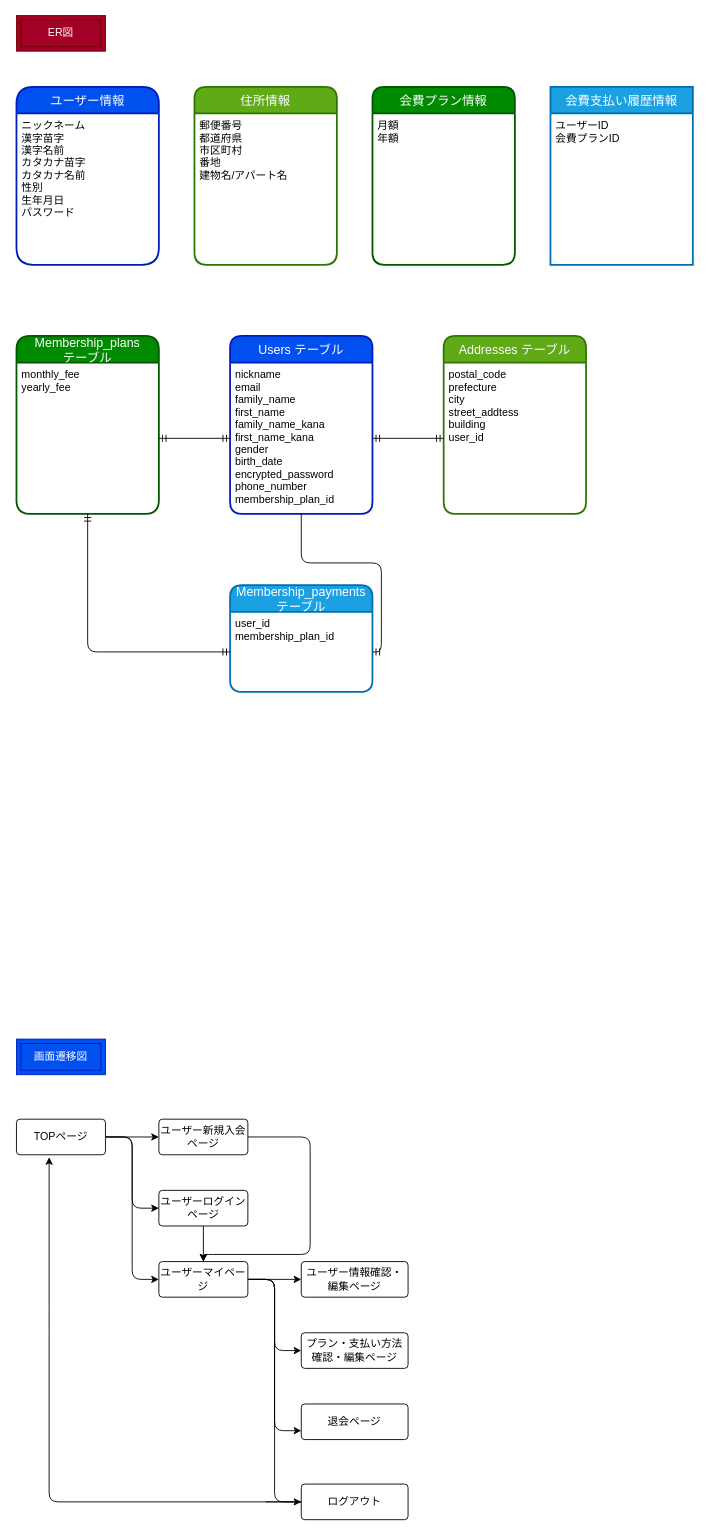
Above: er.dio in ta-design2021/fanclub (draw.io), before the change. Source tidied: cells renumbered, new cells numbered last; positions are measured from the earlier drawing's top-left corner, leaving out a move shared by most shapes. Both pictures are drawn from the tidied source at 89%, with x=0, y=0 at pixel (16, 15).
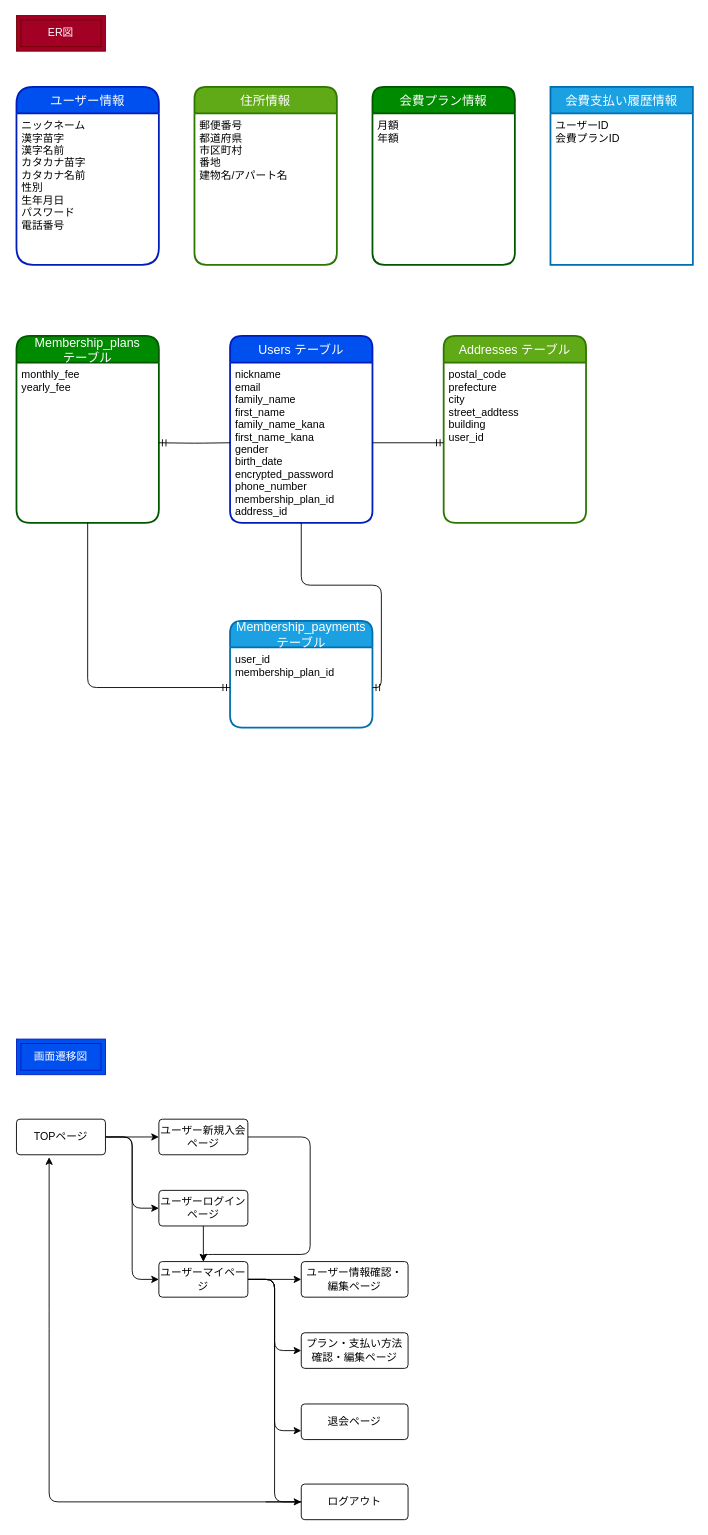
After the change.

The change refers to these unchanged cells:
```xml
<mxCell id="4" value="ユーザー情報" style="swimlane;horizontal=1;startSize=30;rounded=1;fontSize=14;fontStyle=0;strokeWidth=2;shadow=0;dashed=0;align=center;fillColor=#0050ef;fontColor=#ffffff;strokeColor=#001DBC;arcSize=21;" parent="1" vertex="1">
  <mxGeometry y="80" width="160" height="200" as="geometry" />
</mxCell>
<mxCell id="17" value="user_id&#10;membership_plan_id" style="align=left;strokeColor=none;fillColor=none;spacingLeft=4;fontSize=12;verticalAlign=top;" parent="16" vertex="1">
  <mxGeometry y="30" width="160" height="90" as="geometry" />
</mxCell>
```

Diff of the diagram source:
```diff
@@
-    <mxCell id="5" value="ニックネーム&#10;漢字苗字&#10;漢字名前&#10;カタカナ苗字&#10;カタカナ名前&#10;性別&#10;生年月日&#10;パスワード&#10;" style="align=left;strokeColor=none;fillColor=none;spacingLeft=4;fontSize=12;verticalAlign=top;" parent="4" vertex="1">
+    <mxCell id="5" value="ニックネーム&#10;漢字苗字&#10;漢字名前&#10;カタカナ苗字&#10;カタカナ名前&#10;性別&#10;生年月日&#10;パスワード&#10;電話番号&#10;" style="align=left;strokeColor=none;fillColor=none;spacingLeft=4;fontSize=12;verticalAlign=top;" parent="4" vertex="1">
       <mxGeometry y="30" width="160" height="170" as="geometry" />
     </mxCell>
@@
     <mxCell id="10" value="Users テーブル" style="swimlane;horizontal=1;startSize=30;rounded=1;fontSize=14;fontStyle=0;strokeWidth=2;shadow=0;dashed=0;align=center;fillColor=#0050ef;fontColor=#ffffff;strokeColor=#001DBC;" parent="1" vertex="1">
-      <mxGeometry x="240" y="360" width="160" height="200" as="geometry" />
+      <mxGeometry x="240" y="360" width="160" height="210" as="geometry" />
     </mxCell>
-    <mxCell id="11" value="nickname&#10;email&#10;family_name&#10;first_name&#10;family_name_kana&#10;first_name_kana&#10;gender&#10;birth_date&#10;encrypted_password&#10;phone_number&#10;membership_plan_id" style="align=left;strokeColor=none;fillColor=none;spacingLeft=4;fontSize=12;verticalAlign=top;" parent="10" vertex="1">
-      <mxGeometry y="30" width="160" height="170" as="geometry" />
+    <mxCell id="11" value="nickname&#10;email&#10;family_name&#10;first_name&#10;family_name_kana&#10;first_name_kana&#10;gender&#10;birth_date&#10;encrypted_password&#10;phone_number&#10;membership_plan_id&#10;address_id" style="align=left;strokeColor=none;fillColor=none;spacingLeft=4;fontSize=12;verticalAlign=top;" parent="10" vertex="1">
+      <mxGeometry y="30" width="160" height="180" as="geometry" />
     </mxCell>
     <mxCell id="12" value="Addresses テーブル" style="swimlane;horizontal=1;startSize=30;rounded=1;fontSize=14;fontStyle=0;strokeWidth=2;shadow=0;dashed=0;align=center;fillColor=#60a917;fontColor=#ffffff;strokeColor=#2D7600;" parent="1" vertex="1">
-      <mxGeometry x="480" y="360" width="160" height="200" as="geometry" />
+      <mxGeometry x="480" y="360" width="160" height="210" as="geometry" />
     </mxCell>
     <mxCell id="13" value="postal_code&#10;prefecture&#10;city&#10;street_addtess&#10;building&#10;user_id&#10;" style="align=left;strokeColor=none;fillColor=none;spacingLeft=4;fontSize=12;verticalAlign=top;" parent="12" vertex="1">
-      <mxGeometry y="30" width="160" height="170" as="geometry" />
+      <mxGeometry y="30" width="160" height="180" as="geometry" />
     </mxCell>
     <mxCell id="14" value="Membership_plans&#10;テーブル" style="swimlane;horizontal=1;startSize=30;rounded=1;fontSize=14;fontStyle=0;strokeWidth=2;shadow=0;dashed=0;align=center;fillColor=#008a00;fontColor=#ffffff;strokeColor=#005700;arcSize=17;" parent="1" vertex="1">
-      <mxGeometry y="360" width="160" height="200" as="geometry" />
+      <mxGeometry y="360" width="160" height="210" as="geometry" />
     </mxCell>
     <mxCell id="15" value="monthly_fee&#10;yearly_fee" style="align=left;strokeColor=none;fillColor=none;spacingLeft=4;fontSize=12;verticalAlign=top;" parent="14" vertex="1">
-      <mxGeometry y="30" width="160" height="170" as="geometry" />
+      <mxGeometry y="30" width="160" height="180" as="geometry" />
     </mxCell>
     <mxCell id="16" value="Membership_payments &#10;テーブル" style="swimlane;horizontal=1;startSize=30;rounded=1;fontSize=14;fontStyle=0;strokeWidth=2;shadow=0;dashed=0;align=center;fillColor=#1ba1e2;fontColor=#ffffff;strokeColor=#006EAF;" parent="1" vertex="1">
-      <mxGeometry x="240" y="640" width="160" height="120" as="geometry" />
+      <mxGeometry x="240" y="680" width="160" height="120" as="geometry" />
     </mxCell>
@@
-    <mxCell id="18" style="fontSize=12;html=1;endArrow=ERmandOne;startArrow=ERmandOne;entryX=0;entryY=0.5;entryDx=0;entryDy=0;exitX=1;exitY=0.5;exitDx=0;exitDy=0;" parent="1" edge="1" source="11" target="13">
-      <mxGeometry relative="1" as="geometry" />
-    </mxCell>
-    <mxCell id="19" style="fontSize=12;html=1;endArrow=ERmandOne;startArrow=ERmandOne;entryX=0;entryY=0.5;entryDx=0;entryDy=0;exitX=1;exitY=0.5;exitDx=0;exitDy=0;" parent="1" edge="1" source="15" target="11">
-      <mxGeometry relative="1" as="geometry" />
-    </mxCell>
-    <mxCell id="20" style="edgeStyle=orthogonalEdgeStyle;fontSize=12;html=1;endArrow=ERmandOne;startArrow=ERmandOne;entryX=0;entryY=0.5;entryDx=0;entryDy=0;exitX=0.5;exitY=1;exitDx=0;exitDy=0;" parent="1" edge="1" source="15" target="17">
-      <mxGeometry relative="1" as="geometry" />
-    </mxCell>
@@
+    <mxCell id="18" style="edgeStyle=orthogonalEdgeStyle;fontSize=12;html=1;endArrow=ERmandOne;exitX=1;exitY=0.5;exitDx=0;exitDy=0;entryX=0;entryY=0.5;entryDx=0;entryDy=0;" parent="1" edge="1" source="11" target="13">
+      <mxGeometry relative="1" as="geometry" />
+    </mxCell>
+    <mxCell id="43" style="edgeStyle=orthogonalEdgeStyle;fontSize=12;html=1;endArrow=ERmandOne;entryX=1;entryY=0.5;entryDx=0;entryDy=0;" parent="1" edge="1" target="15">
+      <mxGeometry relative="1" as="geometry">
+        <mxPoint x="240" y="480" as="sourcePoint" />
+      </mxGeometry>
+    </mxCell>
+    <mxCell id="20" style="edgeStyle=orthogonalEdgeStyle;fontSize=12;html=1;endArrow=ERmandOne;exitX=0.5;exitY=1;exitDx=0;exitDy=0;entryX=0;entryY=0.5;entryDx=0;entryDy=0;" parent="1" edge="1" source="15" target="17">
+      <mxGeometry relative="1" as="geometry" />
+    </mxCell>
```
